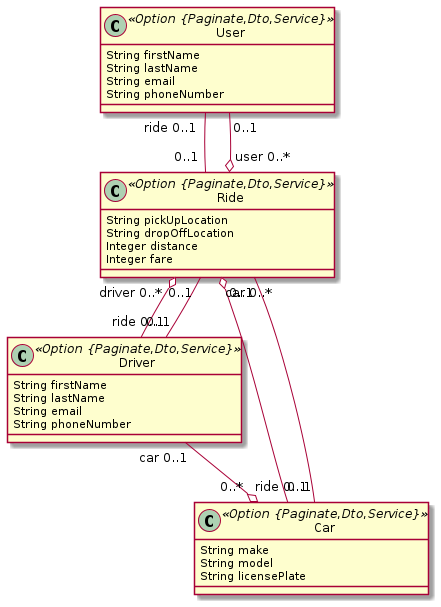
Before: ridesharing.png, a diagram exported from PlantUML (kevintanhongann/jhipster-jdl-collection).
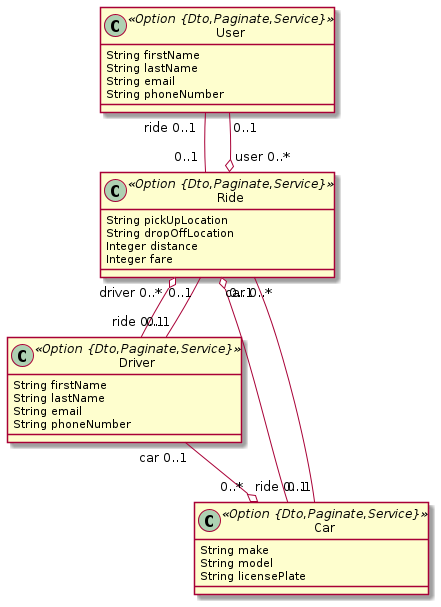
Later version of the same file.

Diff of the diagram source:
```diff
@@ -1,23 +1,23 @@
 @startuml
 	!pragma syntax class
-	class User <<Option {Paginate,Dto,Service}>> {
+	class User <<Option {Dto,Paginate,Service}>> {
 		String firstName
 		String lastName
 		String email
 		String phoneNumber
 	}
-	class Driver <<Option {Paginate,Dto,Service}>> {
+	class Driver <<Option {Dto,Paginate,Service}>> {
 		String firstName
 		String lastName
 		String email
 		String phoneNumber
 	}
-	class Car <<Option {Paginate,Dto,Service}>> {
+	class Car <<Option {Dto,Paginate,Service}>> {
 		String make
 		String model
 		String licensePlate
 	}
-	class Ride <<Option {Paginate,Dto,Service}>> {
+	class Ride <<Option {Dto,Paginate,Service}>> {
 		String pickUpLocation
 		String dropOffLocation
 		Integer distance
```
